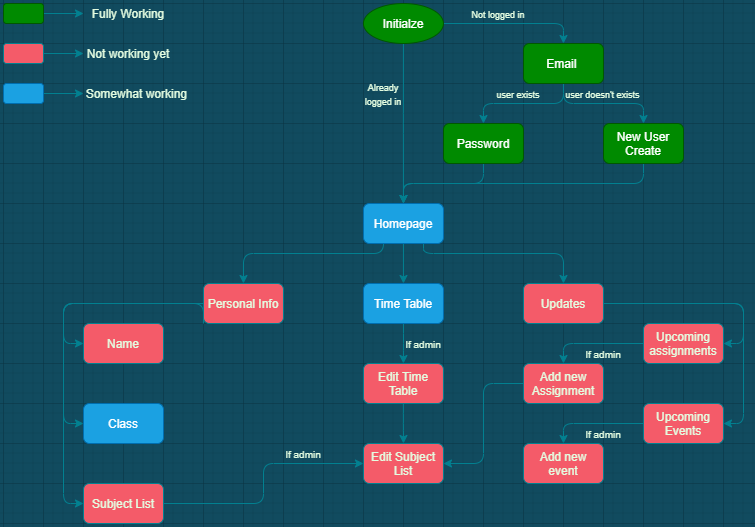
Earlier version of the draw.io export PECStudentAppStructure.png (ArV29/pec_student_app). Source tidied: cells renumbered, new cells last; positions are measured from the earlier drawing's top-left corner, leaving out a move shared by most shapes.
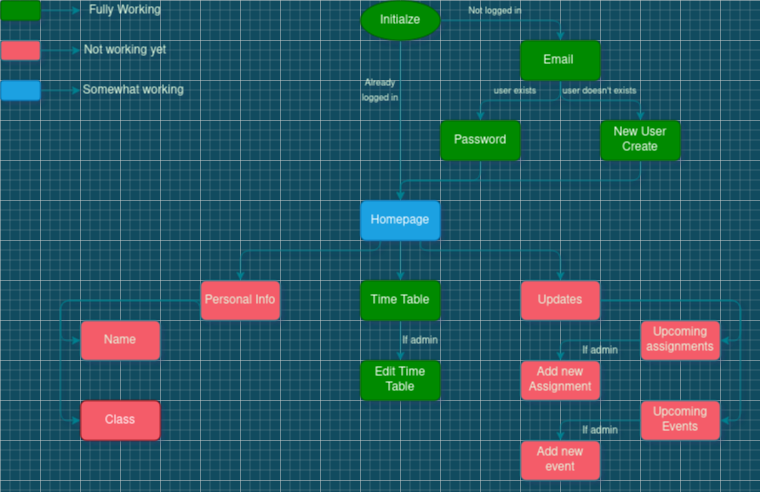
After the commit.

Diff of the diagram source:
```diff
@@ -1,4 +1,4 @@
-<mxGraphModel background="#114B5F">
+<mxGraphModel background="#114B5F" shadow="1">
   <root>
     <mxCell id="0" />
     <mxCell id="1" parent="0" />
@@ -67,16 +67,13 @@
     <mxCell id="17" style="edgeStyle=orthogonalEdgeStyle;jettySize=auto;html=1;exitX=0;exitY=0.5;exitDx=0;exitDy=0;entryX=0;entryY=0.5;entryDx=0;entryDy=0;labelBackgroundColor=#114B5F;strokeColor=#028090;fontColor=#E4FDE1;" parent="1" edge="1" source="19" target="28">
       <mxGeometry relative="1" as="geometry" />
     </mxCell>
-    <mxCell id="18" style="edgeStyle=orthogonalEdgeStyle;jettySize=auto;html=1;exitX=0;exitY=0.5;exitDx=0;exitDy=0;entryX=0;entryY=0.5;entryDx=0;entryDy=0;labelBackgroundColor=#114B5F;strokeColor=#028090;fontColor=#E4FDE1;" parent="1" edge="1" source="19" target="31">
-      <mxGeometry relative="1" as="geometry" />
-    </mxCell>
     <mxCell id="19" value="Personal Info" style="whiteSpace=wrap;html=1;fillColor=#F45B69;strokeColor=#028090;fontColor=#E4FDE1;rounded=1;" parent="1" vertex="1">
       <mxGeometry x="200" y="280" width="80" height="40" as="geometry" />
     </mxCell>
     <mxCell id="20" style="edgeStyle=orthogonalEdgeStyle;jettySize=auto;html=1;exitX=0.5;exitY=1;exitDx=0;exitDy=0;entryX=0.5;entryY=0;entryDx=0;entryDy=0;labelBackgroundColor=#114B5F;strokeColor=#028090;fontColor=#E4FDE1;" parent="1" edge="1" source="21" target="26">
       <mxGeometry relative="1" as="geometry" />
     </mxCell>
-    <mxCell id="21" value="Time Table" style="whiteSpace=wrap;html=1;fillColor=#1ba1e2;strokeColor=#006EAF;fontColor=#ffffff;rounded=1;" parent="1" vertex="1">
+    <mxCell id="21" value="Time Table" style="whiteSpace=wrap;html=1;fillColor=#008a00;strokeColor=#005700;fontColor=#ffffff;rounded=1;" parent="1" vertex="1">
       <mxGeometry x="360" y="280" width="80" height="40" as="geometry" />
     </mxCell>
     <mxCell id="22" style="edgeStyle=orthogonalEdgeStyle;jettySize=auto;html=1;entryX=1;entryY=0.5;entryDx=0;entryDy=0;labelBackgroundColor=#114B5F;strokeColor=#028090;fontColor=#E4FDE1;" parent="1" edge="1" source="24" target="33">
@@ -93,27 +90,15 @@
     <mxCell id="24" value="Updates" style="whiteSpace=wrap;html=1;fillColor=#F45B69;strokeColor=#028090;fontColor=#E4FDE1;rounded=1;" parent="1" vertex="1">
       <mxGeometry x="520" y="280" width="80" height="40" as="geometry" />
     </mxCell>
-    <mxCell id="25" style="edgeStyle=orthogonalEdgeStyle;jettySize=auto;html=1;labelBackgroundColor=#114B5F;strokeColor=#028090;fontColor=#E4FDE1;" parent="1" edge="1" source="26" target="29">
-      <mxGeometry relative="1" as="geometry" />
-    </mxCell>
-    <mxCell id="26" value="Edit Time Table" style="whiteSpace=wrap;html=1;fillColor=#F45B69;strokeColor=#028090;fontColor=#E4FDE1;rounded=1;" parent="1" vertex="1">
+    <mxCell id="26" value="Edit Time Table" style="whiteSpace=wrap;html=1;fillColor=#008a00;strokeColor=#005700;fontColor=#ffffff;rounded=1;" parent="1" vertex="1">
       <mxGeometry x="359.9" y="360" width="80" height="40" as="geometry" />
     </mxCell>
     <mxCell id="27" value="Name" style="whiteSpace=wrap;html=1;fillColor=#F45B69;strokeColor=#028090;fontColor=#E4FDE1;rounded=1;" parent="1" vertex="1">
       <mxGeometry x="80" y="320" width="80" height="40" as="geometry" />
     </mxCell>
-    <mxCell id="28" value="Class" style="whiteSpace=wrap;html=1;fillColor=#1ba1e2;strokeColor=#006EAF;fontColor=#ffffff;rounded=1;" parent="1" vertex="1">
+    <mxCell id="28" value="Class" style="whiteSpace=wrap;html=1;strokeColor=#6F0000;rounded=1;fontColor=#ffffff;fillColor=#F45B69;" parent="1" vertex="1">
       <mxGeometry x="80" y="400" width="80" height="40" as="geometry" />
     </mxCell>
-    <mxCell id="29" value="Edit Subject List" style="whiteSpace=wrap;html=1;fillColor=#F45B69;strokeColor=#028090;fontColor=#E4FDE1;rounded=1;" parent="1" vertex="1">
-      <mxGeometry x="360" y="440" width="80" height="40" as="geometry" />
-    </mxCell>
-    <mxCell id="30" style="edgeStyle=orthogonalEdgeStyle;jettySize=auto;html=1;entryX=0;entryY=0.5;entryDx=0;entryDy=0;labelBackgroundColor=#114B5F;strokeColor=#028090;fontColor=#E4FDE1;" parent="1" edge="1" source="31" target="29">
-      <mxGeometry relative="1" as="geometry" />
-    </mxCell>
-    <mxCell id="31" value="Subject List" style="whiteSpace=wrap;html=1;fillColor=#F45B69;strokeColor=#028090;fontColor=#E4FDE1;rounded=1;" parent="1" vertex="1">
-      <mxGeometry x="80" y="480" width="80" height="40" as="geometry" />
-    </mxCell>
     <mxCell id="32" style="edgeStyle=orthogonalEdgeStyle;jettySize=auto;html=1;entryX=0.5;entryY=0;entryDx=0;entryDy=0;labelBackgroundColor=#114B5F;strokeColor=#028090;fontColor=#E4FDE1;" parent="1" edge="1" source="33" target="43">
       <mxGeometry relative="1" as="geometry" />
     </mxCell>
@@ -123,7 +108,7 @@
     <mxCell id="34" style="edgeStyle=orthogonalEdgeStyle;jettySize=auto;html=1;exitX=0;exitY=0.5;exitDx=0;exitDy=0;entryX=0.5;entryY=0;entryDx=0;entryDy=0;labelBackgroundColor=#114B5F;strokeColor=#028090;fontColor=#E4FDE1;" parent="1" edge="1" source="35" target="45">
       <mxGeometry relative="1" as="geometry" />
     </mxCell>
-    <mxCell id="35" value="Upcoming Events" style="whiteSpace=wrap;html=1;fillColor=#F45B69;strokeColor=#028090;fontColor=#E4FDE1;rounded=1;" parent="1" vertex="1">
+    <mxCell id="35" value="Upcoming Events" style="whiteSpace=wrap;html=1;strokeColor=#028090;fontColor=#E4FDE1;rounded=1;fillColor=#F45B69;" parent="1" vertex="1">
       <mxGeometry x="640" y="400" width="80" height="40" as="geometry" />
     </mxCell>
     <mxCell id="36" value="&lt;font style=&quot;font-size: 9px&quot;&gt;Not logged in&lt;/font&gt;" style="text;html=1;align=center;verticalAlign=middle;whiteSpace=wrap;fontColor=#E4FDE1;rounded=1;" parent="1" vertex="1">
@@ -141,12 +126,6 @@
     <mxCell id="40" value="&lt;font style=&quot;font-size: 10px&quot;&gt;If admin&lt;/font&gt;" style="text;html=1;align=center;verticalAlign=middle;whiteSpace=wrap;fontColor=#E4FDE1;rounded=1;" parent="1" vertex="1">
       <mxGeometry x="399.9" y="330" width="40" height="20" as="geometry" />
     </mxCell>
-    <mxCell id="41" value="&lt;font style=&quot;font-size: 10px&quot;&gt;If admin&lt;/font&gt;" style="text;html=1;align=center;verticalAlign=middle;whiteSpace=wrap;fontColor=#E4FDE1;rounded=1;" parent="1" vertex="1">
-      <mxGeometry x="280" y="440" width="40" height="20" as="geometry" />
-    </mxCell>
-    <mxCell id="42" style="edgeStyle=orthogonalEdgeStyle;jettySize=auto;html=1;entryX=1;entryY=0.5;entryDx=0;entryDy=0;labelBackgroundColor=#114B5F;strokeColor=#028090;fontColor=#E4FDE1;" parent="1" edge="1" source="43" target="29">
-      <mxGeometry relative="1" as="geometry" />
-    </mxCell>
     <mxCell id="43" value="Add new Assignment" style="whiteSpace=wrap;html=1;fillColor=#F45B69;strokeColor=#028090;fontColor=#E4FDE1;rounded=1;" parent="1" vertex="1">
       <mxGeometry x="520" y="360" width="80" height="40" as="geometry" />
     </mxCell>
```
